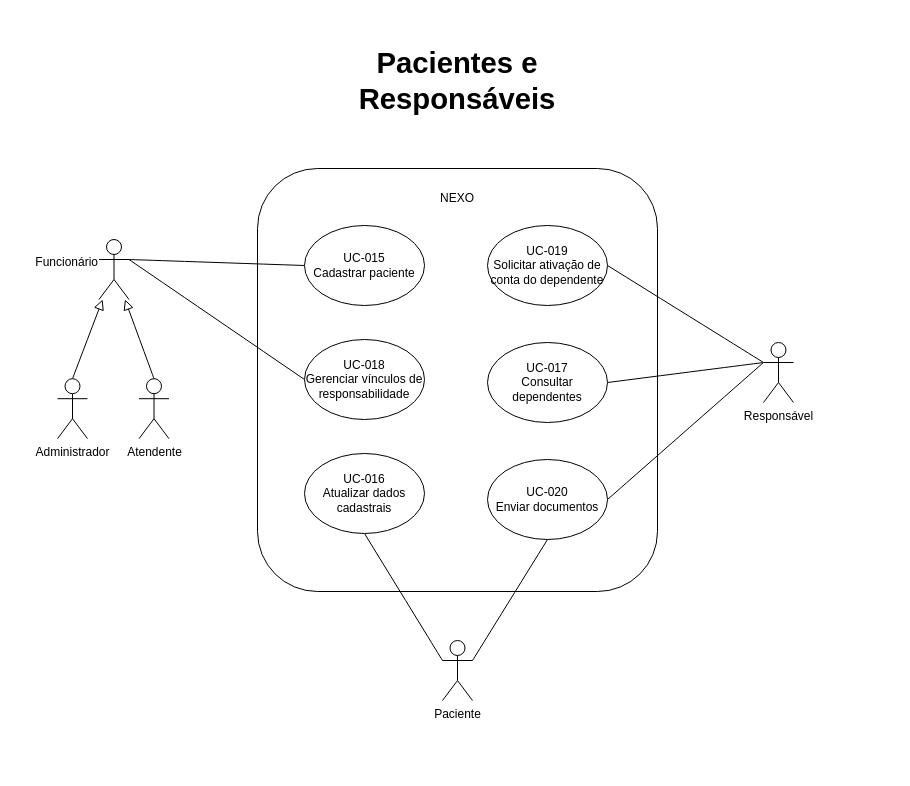
The draw.io diagram page "Página-3" (3 of 11) of diagramas/casos-de-uso/diagramas-casos-de-uso.drawio in devcaline/nexo-modelagem, before the edit. Source tidied: cells renumbered, new cells numbered last; positions are measured from the earlier drawing's top-left corner, leaving out a move shared by most shapes. Both pictures are drawn from the tidied source at 100%, with x=0, y=0 at pixel (57, 66).
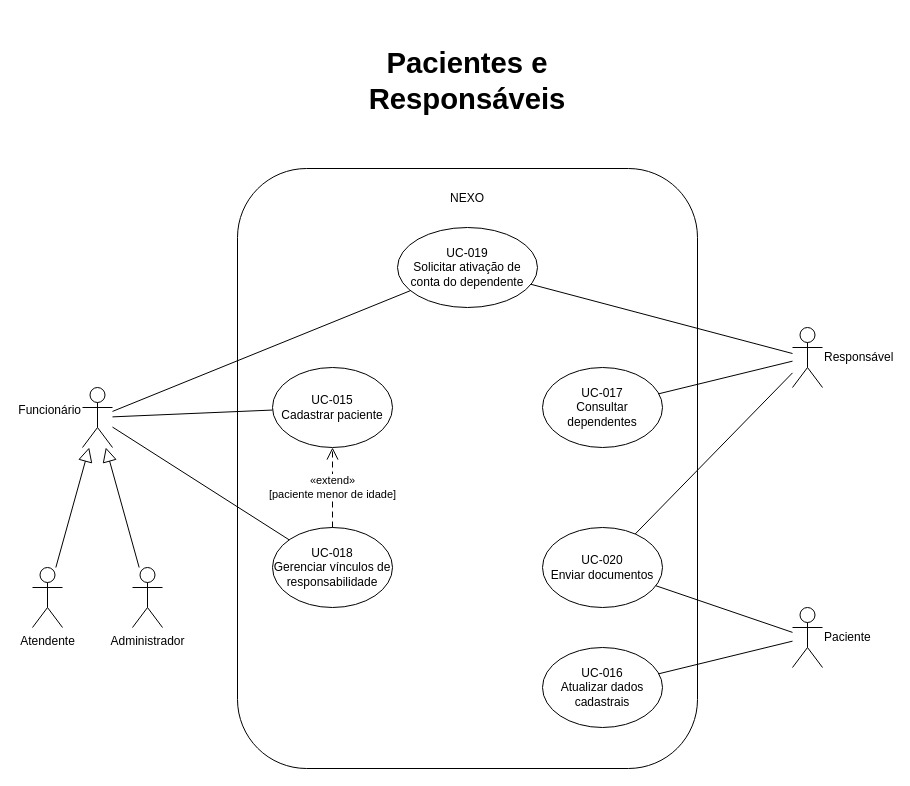
After the change.

What changed in the source:
```diff
@@
     <mxCell id="2" value="&amp;nbsp;&amp;nbsp; " style="rounded=1;whiteSpace=wrap;html=1;roundedPerimeter=1;" parent="1" vertex="1">
-      <mxGeometry x="200" y="102" width="400" height="423" as="geometry" />
+      <mxGeometry x="180" y="102" width="460" height="600" as="geometry" />
     </mxCell>
-    <mxCell id="3" style="edgeStyle=none;curved=1;rounded=0;curveGeometry=1;jettySize=auto;html=1;exitX=1;exitY=0.3333333333333333;exitDx=0;exitDy=0;exitPerimeter=0;entryX=0;entryY=0.5;entryDx=0;entryDy=0;fontSize=12;startSize=8;endSize=8;endArrow=none;endFill=0;" parent="1" edge="1" source="5" target="19">
-      <mxGeometry relative="1" as="geometry" />
-    </mxCell>
-    <mxCell id="4" style="edgeStyle=none;curved=1;rounded=0;curveGeometry=1;jettySize=auto;html=1;exitX=1;exitY=0.3333333333333333;exitDx=0;exitDy=0;exitPerimeter=0;entryX=0;entryY=0.5;entryDx=0;entryDy=0;fontSize=12;startSize=8;endSize=8;endArrow=none;endFill=0;" parent="1" edge="1" source="5" target="15">
-      <mxGeometry relative="1" as="geometry" />
-    </mxCell>
     <mxCell id="5" value="&lt;div&gt;Funcionário&lt;/div&gt;&lt;div&gt;&lt;br&gt;&lt;/div&gt;" style="shape=umlActor;labelPosition=left;verticalLabelPosition=middle;align=right;verticalAlign=middle;html=1;outlineConnect=0;" parent="1" vertex="1">
-      <mxGeometry x="41.5" y="173" width="30" height="60" as="geometry" />
+      <mxGeometry x="25" y="321" width="30" height="60" as="geometry" />
     </mxCell>
     <mxCell id="6" value="Atendente" style="shape=umlActor;verticalLabelPosition=bottom;verticalAlign=top;html=1;outlineConnect=0;" parent="1" vertex="1">
-      <mxGeometry x="81.5" y="312.2" width="30" height="60" as="geometry" />
+      <mxGeometry x="-25" y="501" width="30" height="60" as="geometry" />
     </mxCell>
-    <mxCell id="7" style="edgeStyle=none;curved=1;rounded=0;curveGeometry=1;jettySize=auto;html=1;exitX=0;exitY=0.3333333333333333;exitDx=0;exitDy=0;exitPerimeter=0;entryX=1;entryY=0.5;entryDx=0;entryDy=0;fontSize=12;startSize=8;endSize=8;endArrow=none;endFill=0;" parent="1" edge="1" source="10" target="16">
-      <mxGeometry relative="1" as="geometry" />
-    </mxCell>
-    <mxCell id="8" style="edgeStyle=none;curved=1;rounded=0;curveGeometry=1;jettySize=auto;html=1;exitX=0;exitY=0.3333333333333333;exitDx=0;exitDy=0;exitPerimeter=0;entryX=1;entryY=0.5;entryDx=0;entryDy=0;fontSize=12;startSize=8;endSize=8;endArrow=none;endFill=0;" parent="1" edge="1" source="10" target="14">
-      <mxGeometry relative="1" as="geometry" />
-    </mxCell>
-    <mxCell id="9" style="edgeStyle=none;curved=1;rounded=0;curveGeometry=1;jettySize=auto;html=1;exitX=0;exitY=0.3333333333333333;exitDx=0;exitDy=0;exitPerimeter=0;entryX=1;entryY=0.5;entryDx=0;entryDy=0;fontSize=12;startSize=8;endSize=8;endArrow=none;endFill=0;" parent="1" edge="1" source="10" target="17">
-      <mxGeometry relative="1" as="geometry" />
-    </mxCell>
-    <mxCell id="10" value="Responsável" style="shape=umlActor;verticalLabelPosition=bottom;verticalAlign=top;html=1;outlineConnect=0;" parent="1" vertex="1">
-      <mxGeometry x="706" y="276" width="30" height="60" as="geometry" />
+    <mxCell id="10" value="Responsável" style="shape=umlActor;labelPosition=right;verticalLabelPosition=middle;align=left;verticalAlign=middle;html=1;outlineConnect=0;" parent="1" vertex="1">
+      <mxGeometry x="735" y="261" width="30" height="60" as="geometry" />
     </mxCell>
-    <mxCell id="11" style="edgeStyle=none;curved=1;rounded=0;curveGeometry=1;jettySize=auto;html=1;exitX=0;exitY=0.3333333333333333;exitDx=0;exitDy=0;exitPerimeter=0;fontSize=12;startSize=8;endSize=8;endArrow=none;endFill=0;entryX=0.5;entryY=1;entryDx=0;entryDy=0;" parent="1" edge="1" source="13" target="18">
-      <mxGeometry relative="1" as="geometry" />
-    </mxCell>
-    <mxCell id="12" style="edgeStyle=none;curved=1;rounded=0;curveGeometry=1;jettySize=auto;html=1;exitX=1;exitY=0.3333333333333333;exitDx=0;exitDy=0;exitPerimeter=0;fontSize=12;startSize=8;endSize=8;endArrow=none;endFill=0;entryX=0.5;entryY=1;entryDx=0;entryDy=0;" parent="1" edge="1" source="13" target="17">
-      <mxGeometry relative="1" as="geometry" />
-    </mxCell>
-    <mxCell id="13" value="Paciente" style="shape=umlActor;verticalLabelPosition=bottom;verticalAlign=top;html=1;outlineConnect=0;" parent="1" vertex="1">
-      <mxGeometry x="385" y="574" width="30" height="60" as="geometry" />
+    <mxCell id="13" value="Paciente" style="shape=umlActor;labelPosition=right;verticalLabelPosition=middle;align=left;verticalAlign=middle;html=1;outlineConnect=0;" parent="1" vertex="1">
+      <mxGeometry x="735" y="541" width="30" height="60" as="geometry" />
     </mxCell>
     <mxCell id="14" value="UC-017&lt;br&gt;Consultar dependentes" style="ellipse;whiteSpace=wrap;html=1;shapeInside=1;" parent="1" vertex="1">
-      <mxGeometry x="430" y="276" width="120" height="80" as="geometry" />
+      <mxGeometry x="485" y="301" width="120" height="80" as="geometry" />
     </mxCell>
     <mxCell id="15" value="UC-018&lt;br&gt;Gerenciar vínculos de responsabilidade" style="ellipse;whiteSpace=wrap;html=1;shapeInside=1;" parent="1" vertex="1">
-      <mxGeometry x="247" y="273" width="120" height="80" as="geometry" />
+      <mxGeometry x="215" y="461" width="120" height="80" as="geometry" />
     </mxCell>
     <mxCell id="16" value="UC-019&lt;br&gt;Solicitar ativação de conta do dependente" style="ellipse;whiteSpace=wrap;html=1;shapeInside=1;" parent="1" vertex="1">
-      <mxGeometry x="430" y="159" width="120" height="80" as="geometry" />
+      <mxGeometry x="340" y="161" width="140" height="80" as="geometry" />
     </mxCell>
     <mxCell id="17" value="UC-020&lt;br&gt;Enviar documentos" style="ellipse;whiteSpace=wrap;html=1;shapeInside=1;" parent="1" vertex="1">
-      <mxGeometry x="430" y="393" width="120" height="80" as="geometry" />
+      <mxGeometry x="485" y="461" width="120" height="80" as="geometry" />
     </mxCell>
     <mxCell id="18" value="UC-016&lt;br&gt;Atualizar dados cadastrais" style="ellipse;whiteSpace=wrap;html=1;shapeInside=1;" parent="1" vertex="1">
-      <mxGeometry x="247" y="387" width="120" height="80" as="geometry" />
+      <mxGeometry x="485" y="581" width="120" height="80" as="geometry" />
     </mxCell>
     <mxCell id="19" value="UC-015&lt;br&gt;Cadastrar paciente" style="ellipse;whiteSpace=wrap;html=1;shapeInside=1;" parent="1" vertex="1">
-      <mxGeometry x="247" y="159" width="120" height="80" as="geometry" />
+      <mxGeometry x="215" y="301" width="120" height="80" as="geometry" />
     </mxCell>
-    <mxCell id="20" style="edgeStyle=none;curved=1;rounded=0;curveGeometry=1;jettySize=auto;html=1;exitX=0.5;exitY=0;exitDx=0;exitDy=0;exitPerimeter=0;fontSize=12;startSize=8;endSize=8;endArrow=block;endFill=0;" parent="1" edge="1" source="6" target="5">
-      <mxGeometry relative="1" as="geometry" />
-    </mxCell>
     <mxCell id="21" value="NEXO" style="text;html=1;whiteSpace=wrap;strokeColor=none;fillColor=none;align=center;verticalAlign=middle;rounded=0;" parent="1" vertex="1">
-      <mxGeometry x="370" y="117" width="60" height="30" as="geometry" />
+      <mxGeometry x="380" y="117" width="60" height="30" as="geometry" />
     </mxCell>
     <mxCell id="22" value="&lt;h3&gt;Pacientes e Responsáveis&lt;/h3&gt;" style="text;html=1;whiteSpace=wrap;strokeColor=none;fillColor=none;align=center;verticalAlign=middle;rounded=0;fontSize=25;" parent="1" vertex="1">
-      <mxGeometry x="288" width="224" height="30" as="geometry" />
+      <mxGeometry x="268" width="284" height="30" as="geometry" />
     </mxCell>
+    <mxCell id="24" value="Administrador&lt;div&gt;&lt;br&gt;&lt;/div&gt;" style="shape=umlActor;verticalLabelPosition=bottom;verticalAlign=top;html=1;outlineConnect=0;" parent="1" vertex="1">
+      <mxGeometry x="75" y="501" width="30" height="60" as="geometry" />
+    </mxCell>
+    <mxCell id="25" style="edgeStyle=none;rounded=0;html=1;endArrow=none;endFill=0;" parent="1" edge="1" source="5" target="16">
+      <mxGeometry relative="1" as="geometry" />
+    </mxCell>
+    <mxCell id="3" style="edgeStyle=none;rounded=0;html=1;endArrow=none;endFill=0;" parent="1" edge="1" source="5" target="19">
+      <mxGeometry relative="1" as="geometry" />
+    </mxCell>
+    <mxCell id="4" style="edgeStyle=none;rounded=0;html=1;endArrow=none;endFill=0;" parent="1" edge="1" source="5" target="15">
+      <mxGeometry relative="1" as="geometry" />
+    </mxCell>
+    <mxCell id="7" style="edgeStyle=none;rounded=0;html=1;endArrow=none;endFill=0;" parent="1" edge="1" source="10" target="16">
+      <mxGeometry relative="1" as="geometry" />
+    </mxCell>
+    <mxCell id="8" style="edgeStyle=none;rounded=0;html=1;endArrow=none;endFill=0;" parent="1" edge="1" source="10" target="14">
+      <mxGeometry relative="1" as="geometry" />
+    </mxCell>
+    <mxCell id="9" style="edgeStyle=none;rounded=0;html=1;endArrow=none;endFill=0;" parent="1" edge="1" source="10" target="17">
+      <mxGeometry relative="1" as="geometry" />
+    </mxCell>
+    <mxCell id="11" style="edgeStyle=none;rounded=0;html=1;endArrow=none;endFill=0;" parent="1" edge="1" source="13" target="18">
+      <mxGeometry relative="1" as="geometry" />
+    </mxCell>
+    <mxCell id="12" style="edgeStyle=none;rounded=0;html=1;endArrow=none;endFill=0;" parent="1" edge="1" source="13" target="17">
+      <mxGeometry relative="1" as="geometry" />
+    </mxCell>
+    <mxCell id="20" style="edgeStyle=none;rounded=0;html=1;endArrow=block;endFill=0;endSize=12;" parent="1" edge="1" source="6" target="5">
+      <mxGeometry relative="1" as="geometry" />
+    </mxCell>
-    <mxCell id="23" style="edgeStyle=none;curved=1;rounded=0;curveGeometry=1;jettySize=auto;html=1;exitX=0.5;exitY=0;exitDx=0;exitDy=0;exitPerimeter=0;fontSize=12;startSize=8;endSize=8;endArrow=block;endFill=0;" parent="1" edge="1" source="24" target="5">
+    <mxCell id="23" style="edgeStyle=none;rounded=0;html=1;endArrow=block;endFill=0;endSize=12;" parent="1" edge="1" source="24" target="5">
       <mxGeometry relative="1" as="geometry" />
     </mxCell>
-    <mxCell id="24" value="Administrador&lt;div&gt;&lt;br&gt;&lt;/div&gt;" style="shape=umlActor;verticalLabelPosition=bottom;verticalAlign=top;html=1;outlineConnect=0;" parent="1" vertex="1">
-      <mxGeometry y="312.2" width="30" height="60" as="geometry" />
-    </mxCell>
+    <mxCell id="26" value="«extend»&lt;br&gt;[paciente menor de idade]" style="edgeStyle=none;rounded=0;html=1;dashed=1;dashPattern=6 4;endArrow=open;endFill=0;endSize=10;fontSize=11;labelBackgroundColor=#FFFFFF;exitX=0.5;exitY=0;exitDx=0;exitDy=0;entryX=0.5;entryY=1;entryDx=0;entryDy=0;" parent="1" edge="1" source="15" target="19">
+      <mxGeometry relative="1" as="geometry" />
+    </mxCell>
```
